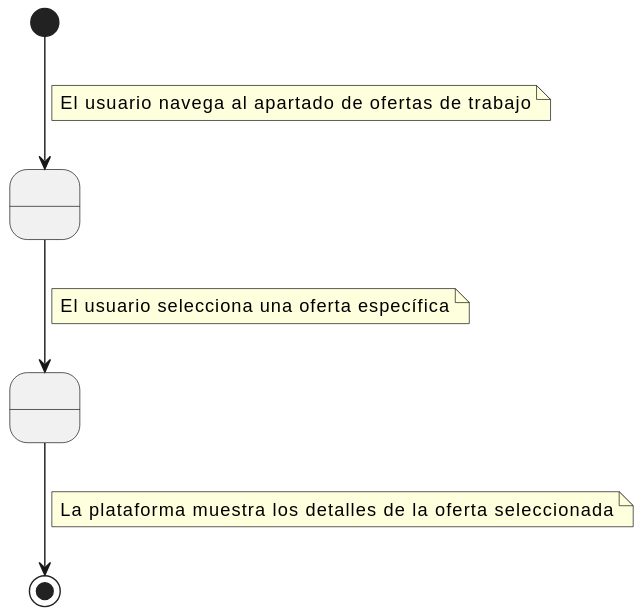
Earlier version of the PlantUML export modelosUML/CasosDeUso/svg/Detallar/verOferta.svg (mmasias/24-25-IdSw1-SDR).
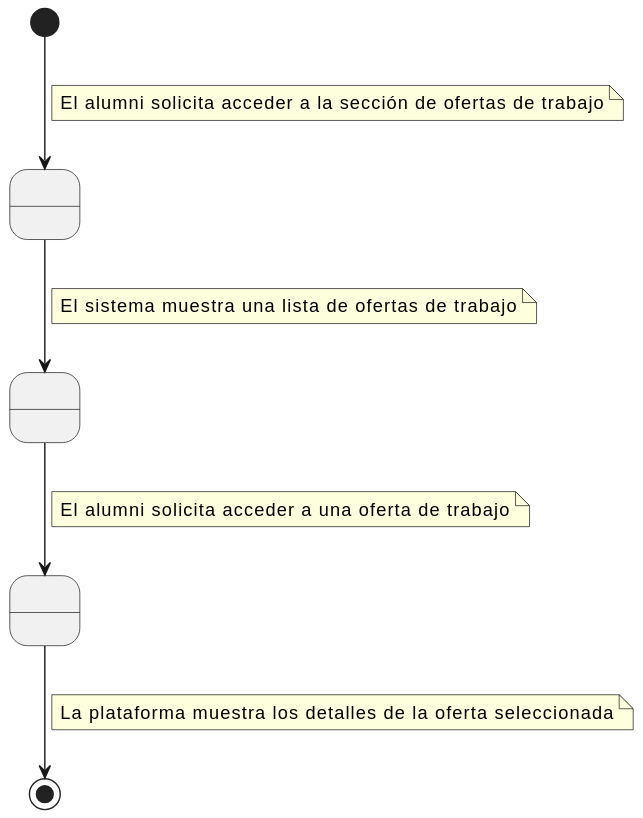
After the change.

The edit, as a diff of the source:
```diff
@@ -1,16 +1,21 @@
 @startuml
 state " " as Estado1
 state " " as Estado2
+state " " as Estado3
 
 [*] --> Estado1
     note on link
-        El usuario navega al apartado de ofertas de trabajo
+        El alumni solicita acceder a la sección de ofertas de trabajo
     end note
 Estado1 --> Estado2
     note on link
-        El usuario selecciona una oferta específica
+        El sistema muestra una lista de ofertas de trabajo
     end note
-Estado2 --> [*]
+Estado2 --> Estado3
+    note on link
+        El alumni solicita acceder a una oferta de trabajo
+    end note
+Estado3 --> [*]
     note on link
         La plataforma muestra los detalles de la oferta seleccionada
     end note
```
